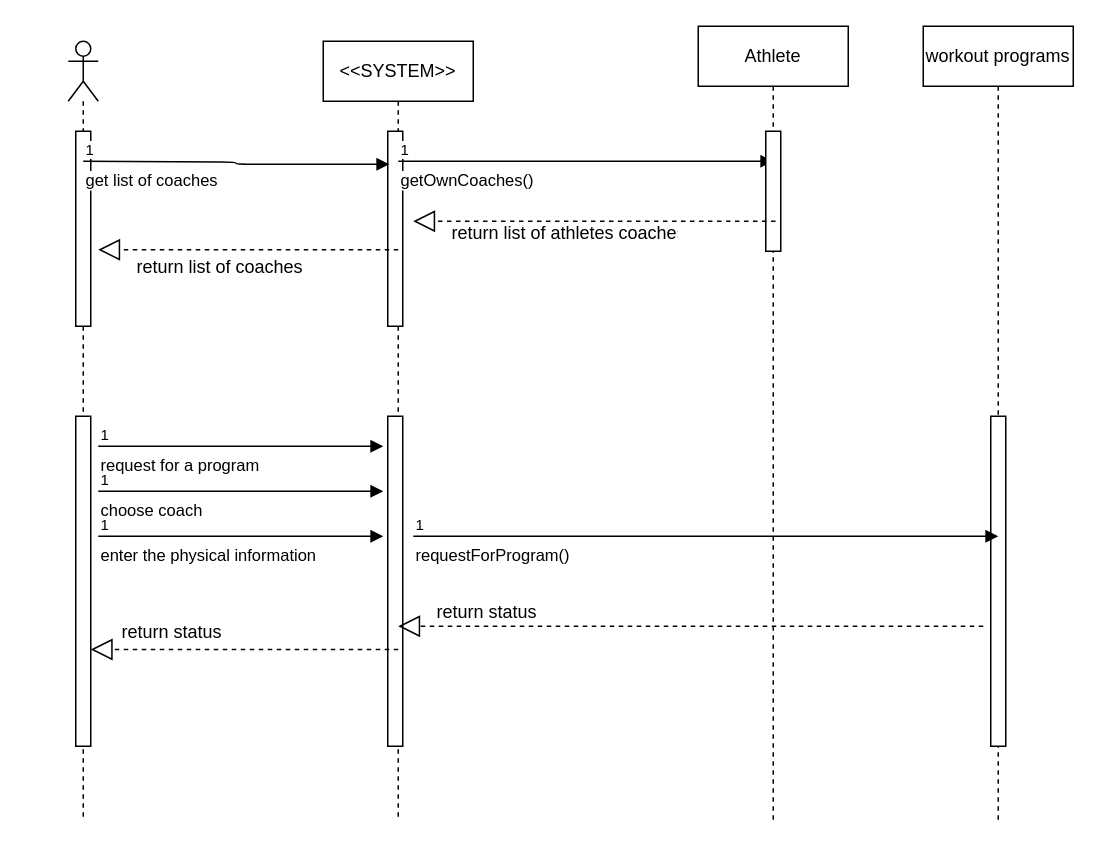
This is Behavioral Modeling/Sequence Diagram/RequestforProgramSequenceDiagram.drawio from mmohajer9/sama-online-coaching-system, a draw.io file, before an edit. Source tidied: cells renumbered, new cells numbered last; positions are measured from the earlier drawing's top-left corner, leaving out a move shared by most shapes. Both pictures are drawn from the tidied source at 150%, with x=0, y=0 at pixel (68, 26).
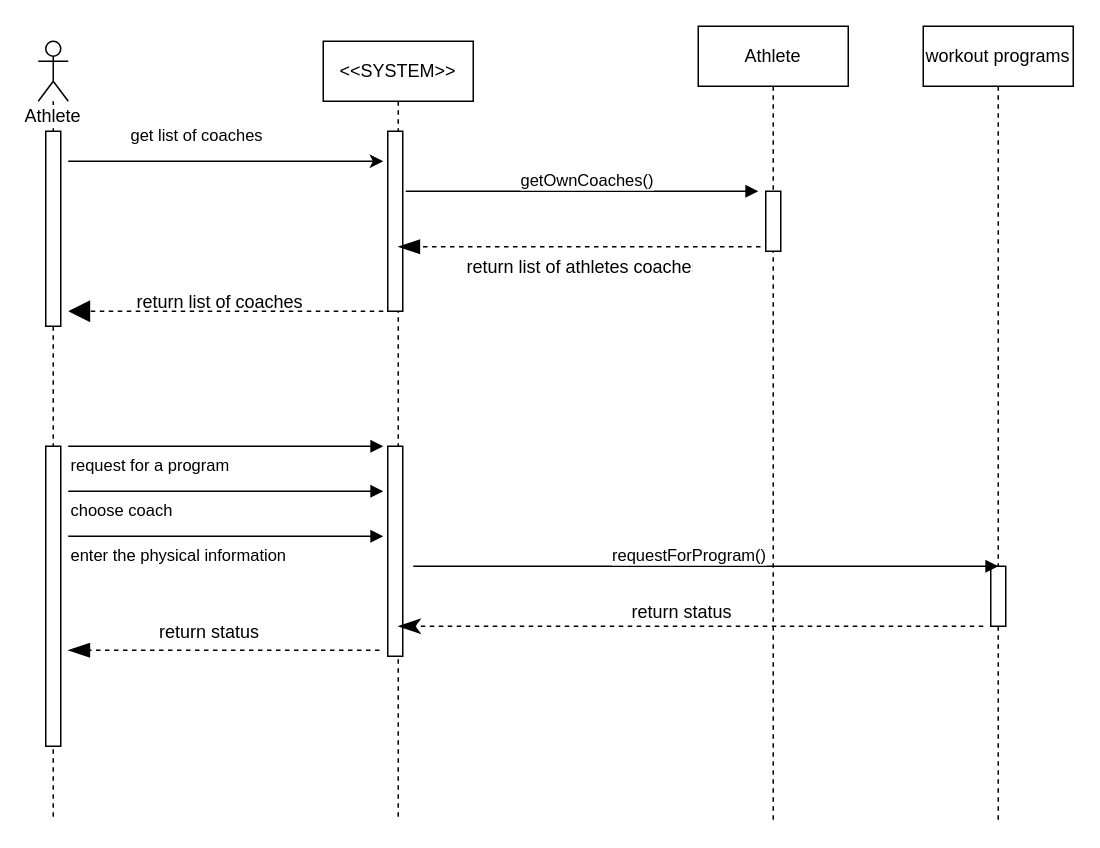
The same diagram, later.

The change refers to these unchanged cells:
```xml
<mxCell id="2" value="&amp;lt;&amp;lt;SYSTEM&amp;gt;&amp;gt;" style="shape=umlLifeline;perimeter=lifelinePerimeter;whiteSpace=wrap;html=1;" parent="1" vertex="1">
  <mxGeometry x="170" y="10" width="100" height="520" as="geometry" />
</mxCell>
<mxCell id="10" value="workout programs" style="shape=umlLifeline;perimeter=lifelinePerimeter;whiteSpace=wrap;html=1;" parent="1" vertex="1">
  <mxGeometry x="570" width="100" height="530" as="geometry" />
</mxCell>
<mxCell id="14" value="Athlete" style="shape=umlLifeline;perimeter=lifelinePerimeter;whiteSpace=wrap;html=1;" parent="1" vertex="1">
  <mxGeometry x="420" width="100" height="530" as="geometry" />
</mxCell>
```

What changed in the source:
```diff
@@
     <mxCell id="3" style="html=1;points=[];perimeter=orthogonalPerimeter;" parent="2" vertex="1">
-      <mxGeometry x="43" y="60" width="10" height="130" as="geometry" />
+      <mxGeometry x="43" y="60" width="10" height="120" as="geometry" />
     </mxCell>
     <mxCell id="4" style="html=1;perimeter=orthogonalPerimeter;" parent="2" vertex="1">
-      <mxGeometry x="43" y="250" width="10" height="220" as="geometry" />
+      <mxGeometry x="43" y="270" width="10" height="140" as="geometry" />
     </mxCell>
-    <mxCell id="5" style="shape=umlLifeline;participant=umlActor;perimeter=lifelinePerimeter;whiteSpace=wrap;html=1;verticalAlign=top;spacingTop=36;labelBackgroundColor=#ffffff;" parent="1" vertex="1">
-      <mxGeometry y="10" width="20" height="520" as="geometry" />
+    <mxCell id="5" value="Athlete" style="shape=umlLifeline;participant=umlActor;perimeter=lifelinePerimeter;whiteSpace=wrap;html=1;verticalAlign=top;spacingTop=36;labelBackgroundColor=#ffffff;" parent="1" vertex="1">
+      <mxGeometry x="-20" y="10" width="20" height="520" as="geometry" />
     </mxCell>
@@
-    <mxCell id="7" value="get list of coaches" style="endArrow=block;endFill=1;html=1;edgeStyle=orthogonalEdgeStyle;align=left;verticalAlign=top;entryX=0.1;entryY=0.169;entryDx=0;entryDy=0;entryPerimeter=0;" parent="5" edge="1" target="3">
-      <mxGeometry x="-1" relative="1" as="geometry">
-        <mxPoint x="10" y="80" as="sourcePoint" />
-      </mxGeometry>
-    </mxCell>
-    <mxCell id="8" value="1" style="html=1;align=left;verticalAlign=bottom;labelBackgroundColor=#ffffff;fontSize=10;" parent="7" vertex="1">
-      <mxGeometry x="-1" relative="1" as="geometry" />
-    </mxCell>
     <mxCell id="9" style="html=1;perimeter=orthogonalPerimeter;" parent="5" vertex="1">
-      <mxGeometry x="5" y="250" width="10" height="220" as="geometry" />
+      <mxGeometry x="5" y="270" width="10" height="200" as="geometry" />
     </mxCell>
@@
     <mxCell id="11" style="html=1;perimeter=orthogonalPerimeter;" parent="10" vertex="1">
-      <mxGeometry x="45" y="260" width="10" height="220" as="geometry" />
+      <mxGeometry x="45" y="360" width="10" height="40" as="geometry" />
     </mxCell>
     <mxCell id="12" value="getOwnCoaches()" style="endArrow=block;endFill=1;html=1;edgeStyle=orthogonalEdgeStyle;align=left;verticalAlign=top;" parent="1" edge="1">
-      <mxGeometry x="-1" relative="1" as="geometry">
-        <mxPoint x="220" y="90" as="sourcePoint" />
-        <mxPoint x="470" y="90" as="targetPoint" />
+      <mxGeometry x="-0.36" y="20" relative="1" as="geometry">
+        <mxPoint x="225" y="110" as="sourcePoint" />
+        <mxPoint x="460" y="110" as="targetPoint" />
       </mxGeometry>
     </mxCell>
-    <mxCell id="13" value="1" style="html=1;align=left;verticalAlign=bottom;labelBackgroundColor=#ffffff;fontSize=10;" parent="12" vertex="1">
-      <mxGeometry x="-1" relative="1" as="geometry" />
-    </mxCell>
@@
     <mxCell id="15" style="html=1;perimeter=orthogonalPerimeter;" parent="14" vertex="1">
-      <mxGeometry x="45" y="70" width="10" height="80" as="geometry" />
+      <mxGeometry x="45" y="110" width="10" height="40" as="geometry" />
     </mxCell>
-    <mxCell id="16" style="endArrow=block;dashed=1;endFill=0;endSize=12;html=1;" parent="1" edge="1">
+    <mxCell id="16" style="endArrow=blockThin;dashed=1;endFill=1;endSize=12;html=1;" parent="1" edge="1">
       <mxGeometry relative="1" as="geometry">
-        <mxPoint x="471.5" y="130" as="sourcePoint" />
-        <mxPoint x="230" y="130" as="targetPoint" />
+        <mxPoint x="461.5" y="147" as="sourcePoint" />
+        <mxPoint x="220" y="147" as="targetPoint" />
       </mxGeometry>
     </mxCell>
     <mxCell id="17" value="return list of athletes coaches" style="text;strokeColor=none;fillColor=none;align=left;verticalAlign=top;spacingLeft=4;spacingRight=4;overflow=hidden;" parent="1" vertex="1">
-      <mxGeometry x="250" y="124" width="160" height="26" as="geometry" />
+      <mxGeometry x="260" y="147" width="160" height="26" as="geometry" />
     </mxCell>
-    <mxCell id="18" style="endArrow=block;dashed=1;endFill=0;endSize=12;html=1;" parent="1" edge="1">
+    <mxCell id="18" style="endArrow=block;dashed=1;endFill=1;endSize=12;html=1;" parent="1" edge="1">
       <mxGeometry relative="1" as="geometry">
-        <mxPoint x="220" y="149" as="sourcePoint" />
-        <mxPoint x="20" y="149" as="targetPoint" />
+        <mxPoint x="210" y="190" as="sourcePoint" />
+        <mxPoint y="190" as="targetPoint" />
       </mxGeometry>
     </mxCell>
     <mxCell id="19" value="return list of coaches" style="text;strokeColor=none;fillColor=none;align=left;verticalAlign=top;spacingLeft=4;spacingRight=4;overflow=hidden;" parent="1" vertex="1">
-      <mxGeometry x="40" y="147" width="130" height="26" as="geometry" />
+      <mxGeometry x="40" y="170" width="130" height="26" as="geometry" />
     </mxCell>
     <mxCell id="20" value="request for a program" style="endArrow=block;endFill=1;html=1;edgeStyle=orthogonalEdgeStyle;align=left;verticalAlign=top;" parent="1" edge="1">
       <mxGeometry x="-1" relative="1" as="geometry">
-        <mxPoint x="20" y="280" as="sourcePoint" />
+        <mxPoint y="280" as="sourcePoint" />
         <mxPoint x="210" y="280" as="targetPoint" />
       </mxGeometry>
     </mxCell>
-    <mxCell id="21" value="1" style="html=1;align=left;verticalAlign=bottom;labelBackgroundColor=#ffffff;fontSize=10;" parent="20" vertex="1">
-      <mxGeometry x="-1" relative="1" as="geometry" />
-    </mxCell>
-    <mxCell id="22" style="endArrow=block;dashed=1;endFill=0;endSize=12;html=1;" parent="1" edge="1">
+    <mxCell id="22" style="endArrow=classicThin;dashed=1;endFill=1;endSize=12;html=1;" parent="1" edge="1">
       <mxGeometry relative="1" as="geometry">
         <mxPoint x="610" y="400" as="sourcePoint" />
         <mxPoint x="220" y="400" as="targetPoint" />
       </mxGeometry>
     </mxCell>
-    <mxCell id="23" style="endArrow=block;dashed=1;endFill=0;endSize=12;html=1;" parent="1" edge="1">
+    <mxCell id="23" style="endArrow=blockThin;dashed=1;endFill=1;endSize=12;html=1;" parent="1" edge="1">
       <mxGeometry relative="1" as="geometry">
-        <mxPoint x="220" y="415.5" as="sourcePoint" />
-        <mxPoint x="15" y="415.5" as="targetPoint" />
+        <mxPoint x="207.5" y="416" as="sourcePoint" />
+        <mxPoint y="416" as="targetPoint" />
       </mxGeometry>
     </mxCell>
     <mxCell id="24" value="requestForProgram()" style="endArrow=block;endFill=1;html=1;edgeStyle=orthogonalEdgeStyle;align=left;verticalAlign=top;" parent="1" edge="1">
-      <mxGeometry x="-1" relative="1" as="geometry">
-        <mxPoint x="230" y="340" as="sourcePoint" />
-        <mxPoint x="620" y="340" as="targetPoint" />
+      <mxGeometry x="-0.33" y="20" relative="1" as="geometry">
+        <mxPoint x="230" y="360" as="sourcePoint" />
+        <mxPoint x="620" y="360" as="targetPoint" />
       </mxGeometry>
     </mxCell>
-    <mxCell id="25" value="1" style="html=1;align=left;verticalAlign=bottom;labelBackgroundColor=#ffffff;fontSize=10;" parent="24" vertex="1">
-      <mxGeometry x="-1" relative="1" as="geometry" />
-    </mxCell>
     <mxCell id="26" value="choose coach" style="endArrow=block;endFill=1;html=1;edgeStyle=orthogonalEdgeStyle;align=left;verticalAlign=top;" parent="1" edge="1">
       <mxGeometry x="-1" relative="1" as="geometry">
-        <mxPoint x="20" y="310" as="sourcePoint" />
+        <mxPoint y="310" as="sourcePoint" />
         <mxPoint x="210" y="310" as="targetPoint" />
       </mxGeometry>
     </mxCell>
-    <mxCell id="27" value="1" style="html=1;align=left;verticalAlign=bottom;labelBackgroundColor=#ffffff;fontSize=10;" parent="26" vertex="1">
-      <mxGeometry x="-1" relative="1" as="geometry" />
-    </mxCell>
     <mxCell id="28" value="return status" style="text;strokeColor=none;fillColor=none;align=left;verticalAlign=top;spacingLeft=4;spacingRight=4;overflow=hidden;" parent="1" vertex="1">
-      <mxGeometry x="240" y="377" width="100" height="26" as="geometry" />
+      <mxGeometry x="370" y="377" width="100" height="26" as="geometry" />
     </mxCell>
     <mxCell id="29" value="return status" style="text;strokeColor=none;fillColor=none;align=left;verticalAlign=top;spacingLeft=4;spacingRight=4;overflow=hidden;" parent="1" vertex="1">
-      <mxGeometry x="30" y="390" width="100" height="26" as="geometry" />
+      <mxGeometry x="55" y="390" width="100" height="26" as="geometry" />
     </mxCell>
     <mxCell id="30" value="enter the physical information" style="endArrow=block;endFill=1;html=1;edgeStyle=orthogonalEdgeStyle;align=left;verticalAlign=top;" parent="1" edge="1">
       <mxGeometry x="-1" relative="1" as="geometry">
-        <mxPoint x="20" y="340" as="sourcePoint" />
+        <mxPoint y="340" as="sourcePoint" />
         <mxPoint x="210" y="340" as="targetPoint" />
       </mxGeometry>
     </mxCell>
-    <mxCell id="31" value="1" style="html=1;align=left;verticalAlign=bottom;labelBackgroundColor=#ffffff;fontSize=10;" parent="30" vertex="1">
-      <mxGeometry x="-1" relative="1" as="geometry" />
-    </mxCell>
+    <mxCell id="32" style="endArrow=classic;html=1;fontSize=9;" parent="1" edge="1">
+      <mxGeometry relative="1" as="geometry">
+        <mxPoint y="90" as="sourcePoint" />
+        <mxPoint x="210" y="90" as="targetPoint" />
+      </mxGeometry>
+    </mxCell>
+    <mxCell id="7" value="&lt;font style=&quot;font-size: 11px&quot;&gt;get list of coaches&lt;/font&gt;" style="text;html=1;fontSize=9;" parent="1" vertex="1">
+      <mxGeometry x="40" y="60" width="100" height="30" as="geometry" />
+    </mxCell>
```
